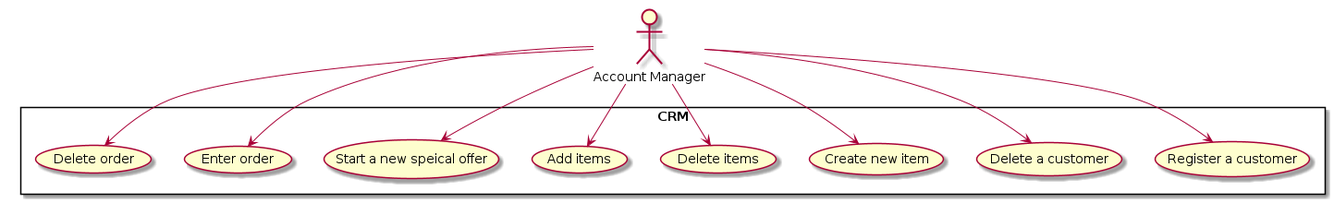
This is docs/use-case-crm.png from tflm91/CRM-System, a PlantUML export, as it was before one commit.
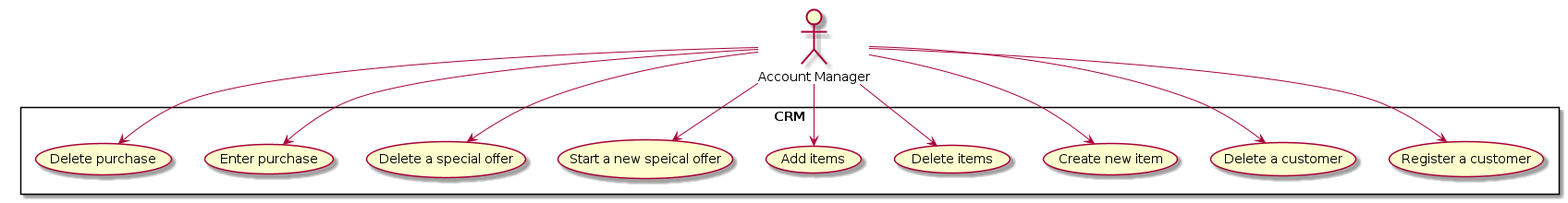
After the change.

The edit, as a diff of the source:
```diff
@@ -9,8 +9,9 @@
     (Delete items) as DI
     (Add items) as AI
     (Start a new speical offer) as SS
-    (Enter order) as EO
-    (Delete order) as DO
+    (Delete a special offer) as DS
+    (Enter purchase) as EP
+    (Delete purchase) as DP
 }
 
 AM --> RC
@@ -19,6 +20,7 @@
 AM --> DI
 AM --> AI
 AM --> SS
-AM --> EO
-AM --> DO
+AM --> DS
+AM --> EP
+AM --> DP
 @enduml
```
